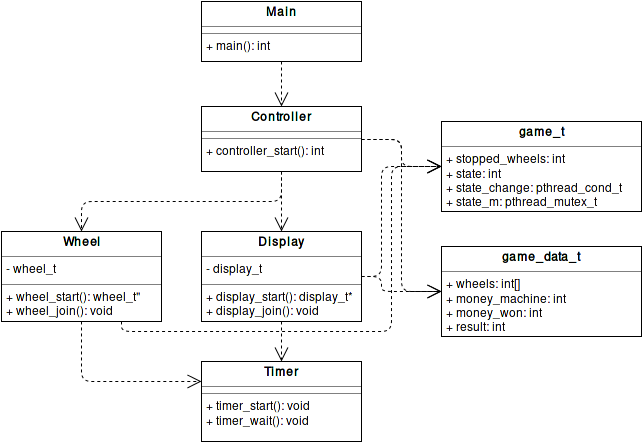
The draw.io diagram report/img/modules.png in claudiosousa/jackpot, before a commit. Source tidied: cells renumbered, new cells last; positions are measured from the earlier drawing's top-left corner, leaving out a move shared by most shapes.
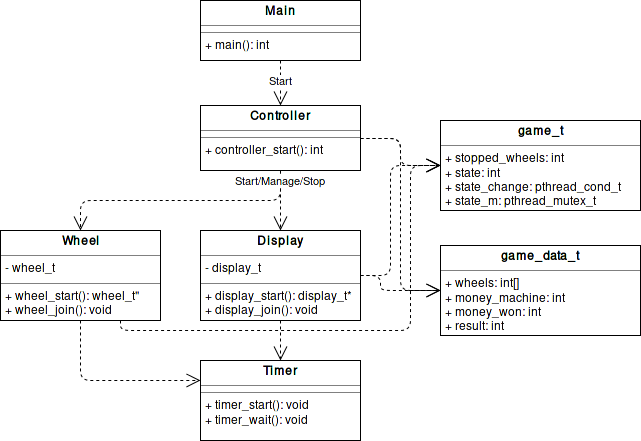
Later version of the same file.

Commit message:
Add arch text + state machine diagram

Diff of the diagram source:
```diff
@@ -14,8 +14,8 @@
     <mxCell id="5" value="&lt;p style=&quot;margin: 0px ; margin-top: 4px ; text-align: center&quot;&gt;&lt;b&gt;game_data_t&lt;/b&gt;&lt;br&gt;&lt;/p&gt;&lt;hr size=&quot;1&quot;&gt;&lt;p style=&quot;margin: 0px ; margin-left: 4px&quot;&gt;+ wheels: int[]&lt;/p&gt;&lt;p style=&quot;margin: 0px ; margin-left: 4px&quot;&gt;+ money_machine: int&lt;/p&gt;&lt;p style=&quot;margin: 0px ; margin-left: 4px&quot;&gt;+ money_won: int&lt;/p&gt;&lt;p style=&quot;margin: 0px ; margin-left: 4px&quot;&gt;+ result: int&lt;br&gt;&lt;/p&gt;&lt;hr size=&quot;1&quot;&gt;" style="verticalAlign=top;align=left;overflow=fill;fontSize=12;fontFamily=Helvetica;html=1;" parent="1" vertex="1">
       <mxGeometry x="440" y="245" width="200" height="90" as="geometry" />
     </mxCell>
-    <mxCell id="6" style="endArrow=open;endSize=12;dashed=1;html=1;exitX=0.5;exitY=1;entryX=0.5;entryY=0;" parent="1" edge="1" source="2" target="3">
-      <mxGeometry relative="1" as="geometry" />
+    <mxCell id="6" value="Start" style="endArrow=open;endSize=12;dashed=1;html=1;exitX=0.5;exitY=1;entryX=0.5;entryY=0;" parent="1" edge="1" source="2" target="3">
+      <mxGeometry x="-0.11" relative="1" as="geometry" />
     </mxCell>
     <mxCell id="7" value="&lt;p style=&quot;margin: 0px ; margin-top: 4px ; text-align: center&quot;&gt;&lt;b&gt;Wheel&lt;/b&gt;&lt;/p&gt;&lt;hr size=&quot;1&quot;&gt;&lt;p style=&quot;margin: 0px ; margin-left: 4px&quot;&gt;- wheel_t&lt;br&gt;&lt;/p&gt;&lt;hr size=&quot;1&quot;&gt;&lt;p style=&quot;margin: 0px ; margin-left: 4px&quot;&gt;+ wheel_start(): wheel_t&quot;&lt;/p&gt;&lt;p style=&quot;margin: 0px ; margin-left: 4px&quot;&gt;+ wheel_join(): void&lt;br&gt;&lt;/p&gt;" style="verticalAlign=top;align=left;overflow=fill;fontSize=12;fontFamily=Helvetica;html=1;" parent="1" vertex="1">
       <mxGeometry y="230" width="160" height="90" as="geometry" />
@@ -40,14 +40,14 @@
         </Array>
       </mxGeometry>
     </mxCell>
-    <mxCell id="13" style="endArrow=open;endSize=12;dashed=1;html=1;exitX=0.5;exitY=1;entryX=0.5;entryY=0;" parent="1" edge="1" source="3" target="8">
-      <mxGeometry relative="1" as="geometry" />
+    <mxCell id="13" value="Start/Manage/Stop" style="endArrow=open;endSize=12;dashed=1;html=1;exitX=0.5;exitY=1;entryX=0.5;entryY=0;" parent="1" edge="1" source="3" target="8">
+      <mxGeometry x="-0.67" relative="1" as="geometry" />
     </mxCell>
     <mxCell id="14" style="endArrow=open;endSize=12;dashed=1;html=1;exitX=1;exitY=0.5;entryX=0;entryY=0.5;edgeStyle=orthogonalEdgeStyle;" parent="1" edge="1" source="8" target="4">
       <mxGeometry relative="1" as="geometry">
         <Array as="points">
-          <mxPoint x="380" y="275" />
-          <mxPoint x="380" y="165" />
+          <mxPoint x="390" y="275" />
+          <mxPoint x="390" y="165" />
         </Array>
       </mxGeometry>
     </mxCell>
@@ -66,8 +66,8 @@
       <mxGeometry relative="1" as="geometry">
         <Array as="points">
           <mxPoint x="120" y="330" />
-          <mxPoint x="390" y="330" />
-          <mxPoint x="390" y="165" />
+          <mxPoint x="410" y="330" />
+          <mxPoint x="410" y="165" />
         </Array>
       </mxGeometry>
     </mxCell>
```
